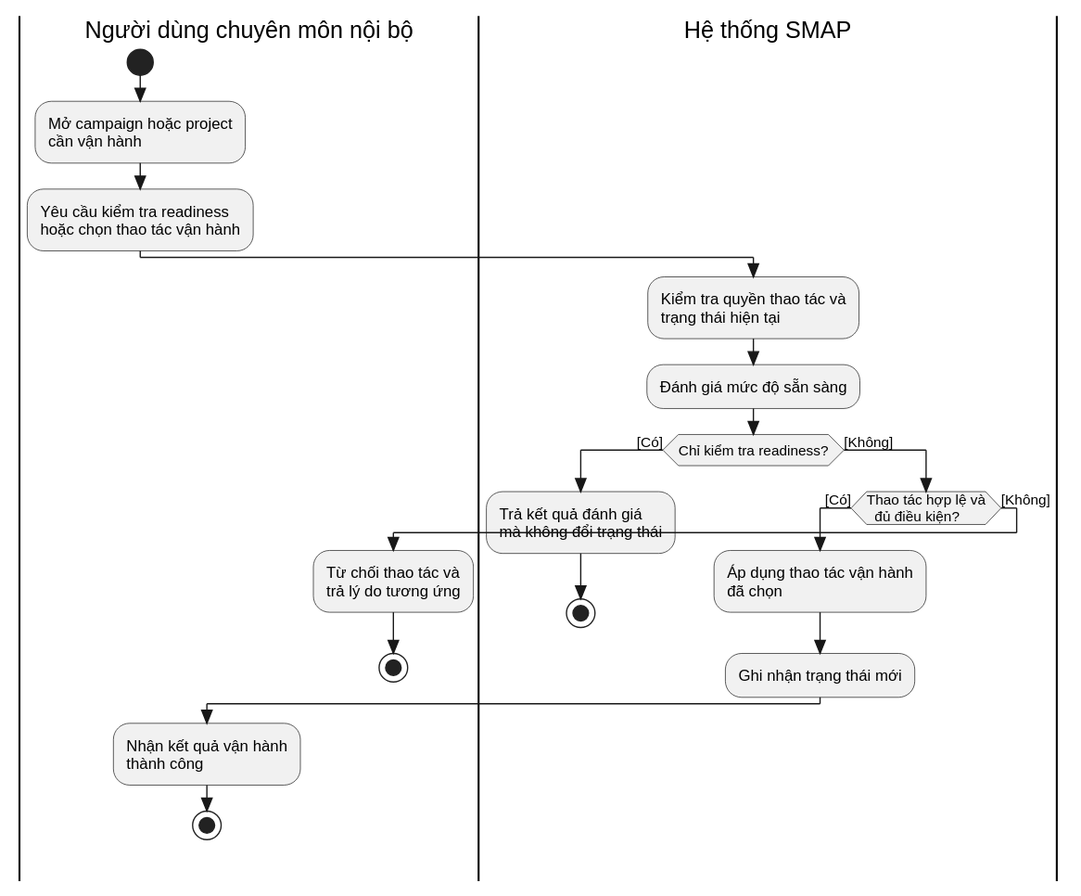
smap-hcmut/report keeps this PlantUML diagram as final-report/images/chapter_4/puml/uc02-operate-monitoring-campaign-report.svg. Above is the earlier version.
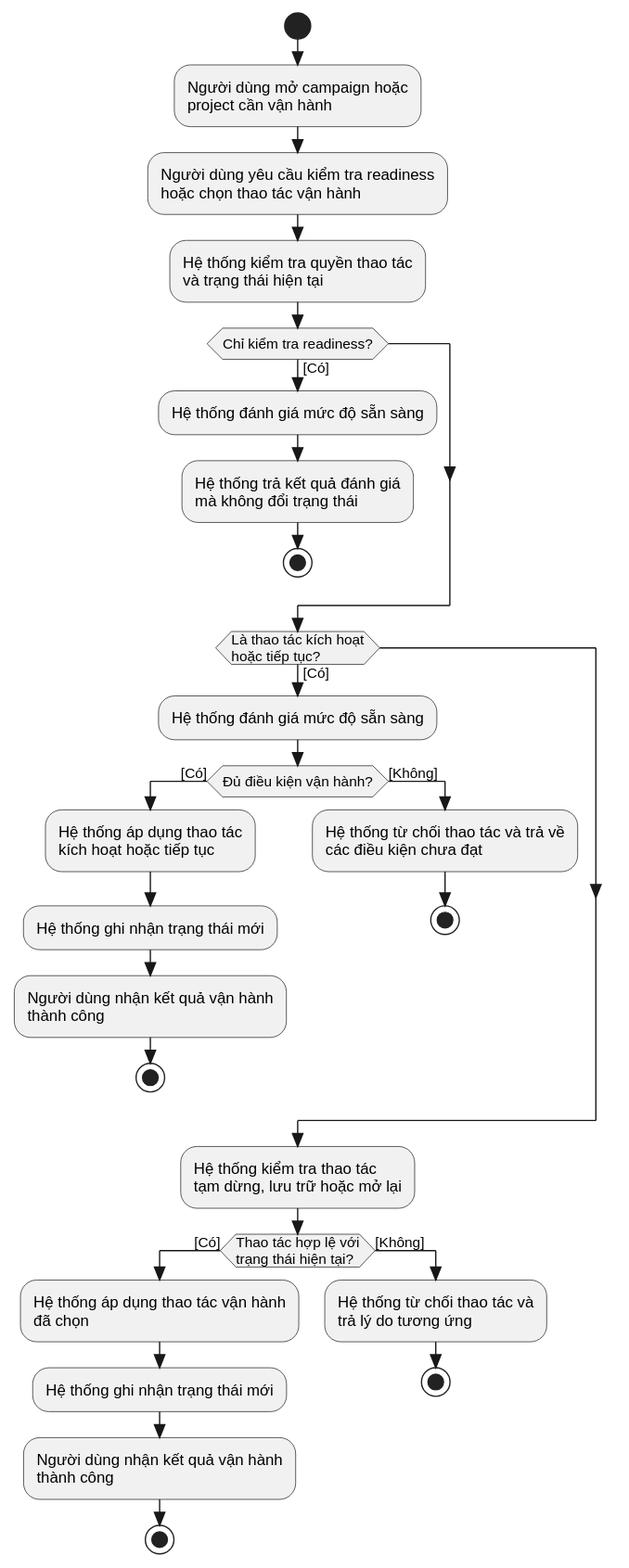
Later version of the same file.

Change to the diagram source:
```diff
@@ -3,36 +3,51 @@
 skinparam shadowing false
 skinparam defaultFontName Arial
 
-|Người dùng chuyên môn nội bộ|
 start
-:Mở campaign hoặc project
-cần vận hành;
-:Yêu cầu kiểm tra readiness
+:Người dùng mở campaign hoặc
+project cần vận hành;
+:Người dùng yêu cầu kiểm tra readiness
 hoặc chọn thao tác vận hành;
-
-|Hệ thống SMAP|
-:Kiểm tra quyền thao tác và
-trạng thái hiện tại;
-:Đánh giá mức độ sẵn sàng;
+:Hệ thống kiểm tra quyền thao tác
+và trạng thái hiện tại;
 
 if (Chỉ kiểm tra readiness?) then ([Có])
-  :Trả kết quả đánh giá
+  :Hệ thống đánh giá mức độ sẵn sàng;
+  :Hệ thống trả kết quả đánh giá
   mà không đổi trạng thái;
   stop
-else ([Không])
-  if (Thao tác hợp lệ và
-  đủ điều kiện?) then ([Có])
-    :Áp dụng thao tác vận hành
-    đã chọn;
-    :Ghi nhận trạng thái mới;
-    |Người dùng chuyên môn nội bộ|
-    :Nhận kết quả vận hành
+endif
+
+if (Là thao tác kích hoạt
+hoặc tiếp tục?) then ([Có])
+  :Hệ thống đánh giá mức độ sẵn sàng;
+  if (Đủ điều kiện vận hành?) then ([Có])
+    :Hệ thống áp dụng thao tác
+    kích hoạt hoặc tiếp tục;
+    :Hệ thống ghi nhận trạng thái mới;
+    :Người dùng nhận kết quả vận hành
     thành công;
     stop
   else ([Không])
-    :Từ chối thao tác và
-    trả lý do tương ứng;
+    :Hệ thống từ chối thao tác và trả về
+    các điều kiện chưa đạt;
     stop
   endif
 endif
+
+:Hệ thống kiểm tra thao tác
+tạm dừng, lưu trữ hoặc mở lại;
+if (Thao tác hợp lệ với
+trạng thái hiện tại?) then ([Có])
+  :Hệ thống áp dụng thao tác vận hành
+  đã chọn;
+  :Hệ thống ghi nhận trạng thái mới;
+  :Người dùng nhận kết quả vận hành
+  thành công;
+  stop
+else ([Không])
+  :Hệ thống từ chối thao tác và
+  trả lý do tương ứng;
+  stop
+endif
 @enduml
```
